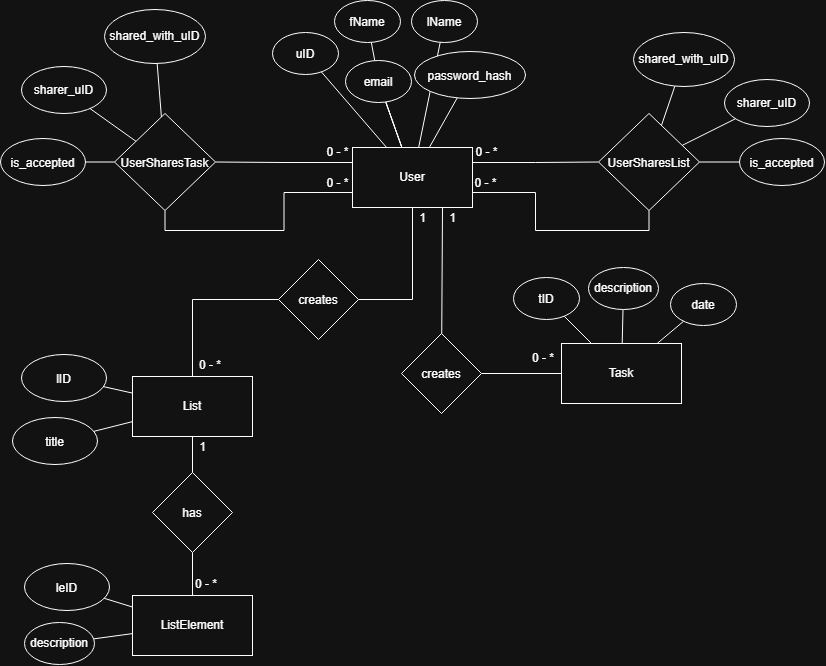
The draw.io diagram Untitled Diagram.drawio.png in alexanderSaila/Web-Development-Project, before a commit. Source tidied: cells renumbered, new cells last; positions are measured from the earlier drawing's top-left corner, leaving out a move shared by most shapes. Its diagram source:
```xml
<mxGraphModel>
  <root>
    <mxCell id="0" />
    <mxCell id="1" parent="0" />
    <mxCell id="2" value="Task" style="rounded=0;whiteSpace=wrap;html=1;" parent="1" vertex="1">
      <mxGeometry x="561" y="343" width="120" height="60" as="geometry" />
    </mxCell>
    <mxCell id="3" style="edgeStyle=orthogonalEdgeStyle;rounded=0;jettySize=auto;html=1;exitX=0.5;exitY=1;exitDx=0;exitDy=0;entryX=1;entryY=0.5;entryDx=0;entryDy=0;endArrow=none;endFill=0;" parent="1" edge="1" source="6" target="35">
      <mxGeometry relative="1" as="geometry" />
    </mxCell>
    <mxCell id="4" style="edgeStyle=orthogonalEdgeStyle;rounded=0;jettySize=auto;html=1;exitX=0;exitY=0.25;exitDx=0;exitDy=0;entryX=1;entryY=0.5;entryDx=0;entryDy=0;endArrow=none;endFill=0;" parent="1" edge="1" source="6" target="23">
      <mxGeometry x="0.1" relative="1" as="geometry" />
    </mxCell>
    <mxCell id="5" style="edgeStyle=orthogonalEdgeStyle;rounded=0;jettySize=auto;html=1;exitX=1;exitY=0.25;exitDx=0;exitDy=0;entryX=0;entryY=0.5;entryDx=0;entryDy=0;endArrow=none;endFill=0;" parent="1" edge="1" source="6" target="52">
      <mxGeometry relative="1" as="geometry" />
    </mxCell>
    <mxCell id="6" value="User" style="rounded=0;whiteSpace=wrap;html=1;" parent="1" vertex="1">
      <mxGeometry x="352" y="147" width="120" height="60" as="geometry" />
    </mxCell>
    <mxCell id="7" value="creates&lt;div&gt;&lt;br/&gt;&lt;/div&gt;" style="rhombus;whiteSpace=wrap;html=1;shapeInside=1;" parent="1" vertex="1">
      <mxGeometry x="401" y="333" width="80" height="80" as="geometry" />
    </mxCell>
    <mxCell id="8" style="endArrow=none;html=1;rounded=0;entryX=0.75;entryY=1;entryDx=0;entryDy=0;" parent="1" edge="1" source="7" target="6">
      <mxGeometry relative="1" as="geometry" />
    </mxCell>
    <mxCell id="9" style="endArrow=none;html=1;rounded=0;" parent="1" edge="1" source="7" target="2">
      <mxGeometry relative="1" as="geometry" />
    </mxCell>
    <mxCell id="10" value="1" style="text;html=1;whiteSpace=wrap;strokeColor=none;fillColor=none;align=center;verticalAlign=middle;rounded=0;" parent="1" vertex="1">
      <mxGeometry x="413" y="207" width="19" height="22" as="geometry" />
    </mxCell>
    <mxCell id="11" value="0 - *" style="text;html=1;whiteSpace=wrap;strokeColor=none;fillColor=none;align=center;verticalAlign=middle;rounded=0;" parent="1" vertex="1">
      <mxGeometry x="525" y="343" width="36" height="30" as="geometry" />
    </mxCell>
    <mxCell id="12" value="uID" style="ellipse;whiteSpace=wrap;html=1;shapeInside=1;" parent="1" vertex="1">
      <mxGeometry x="272" y="32" width="66" height="42" as="geometry" />
    </mxCell>
    <mxCell id="13" value="tID&lt;div&gt;&lt;br/&gt;&lt;/div&gt;" style="ellipse;whiteSpace=wrap;html=1;shapeInside=1;" parent="1" vertex="1">
      <mxGeometry x="513" y="277" width="66" height="42" as="geometry" />
    </mxCell>
    <mxCell id="14" value="fName" style="ellipse;whiteSpace=wrap;html=1;shapeInside=1;" parent="1" vertex="1">
      <mxGeometry x="334" width="66" height="42" as="geometry" />
    </mxCell>
    <mxCell id="15" value="lName" style="ellipse;whiteSpace=wrap;html=1;shapeInside=1;" parent="1" vertex="1">
      <mxGeometry x="411" width="66" height="42" as="geometry" />
    </mxCell>
    <mxCell id="16" value="description&lt;div&gt;&lt;br&gt;&lt;/div&gt;" style="ellipse;whiteSpace=wrap;html=1;shapeInside=1;" parent="1" vertex="1">
      <mxGeometry x="588" y="267" width="70" height="42" as="geometry" />
    </mxCell>
    <mxCell id="17" style="endArrow=none;html=1;rounded=0;" parent="1" edge="1" source="6" target="12">
      <mxGeometry relative="1" as="geometry" />
    </mxCell>
    <mxCell id="18" style="endArrow=none;html=1;rounded=0;" parent="1" edge="1" source="58" target="14">
      <mxGeometry relative="1" as="geometry" />
    </mxCell>
    <mxCell id="19" style="endArrow=none;html=1;rounded=0;" parent="1" edge="1" source="6" target="15">
      <mxGeometry relative="1" as="geometry" />
    </mxCell>
    <mxCell id="20" style="endArrow=none;html=1;rounded=0;" parent="1" edge="1" source="13" target="2">
      <mxGeometry relative="1" as="geometry" />
    </mxCell>
    <mxCell id="21" style="endArrow=none;html=1;rounded=0;fontStyle=1;" parent="1" edge="1" source="2" target="16">
      <mxGeometry relative="1" as="geometry" />
    </mxCell>
    <mxCell id="22" style="edgeStyle=orthogonalEdgeStyle;rounded=0;jettySize=auto;html=1;exitX=0.5;exitY=1;exitDx=0;exitDy=0;entryX=0;entryY=0.75;entryDx=0;entryDy=0;endArrow=none;endFill=0;" parent="1" edge="1" source="23" target="6">
      <mxGeometry x="0.07" relative="1" as="geometry" />
    </mxCell>
    <mxCell id="23" value="UserSharesTask" style="rhombus;whiteSpace=wrap;html=1;shapeInside=1;" parent="1" vertex="1">
      <mxGeometry x="114" y="113" width="101" height="97" as="geometry" />
    </mxCell>
    <mxCell id="24" value="0 - *" style="text;html=1;whiteSpace=wrap;strokeColor=none;fillColor=none;align=center;verticalAlign=middle;rounded=0;" parent="1" vertex="1">
      <mxGeometry x="323" y="172" width="29" height="22" as="geometry" />
    </mxCell>
    <mxCell id="25" value="0 - *" style="text;html=1;whiteSpace=wrap;strokeColor=none;fillColor=none;align=center;verticalAlign=middle;rounded=0;" parent="1" vertex="1">
      <mxGeometry x="323" y="141" width="29" height="22" as="geometry" />
    </mxCell>
    <mxCell id="26" value="&lt;div&gt;date&lt;/div&gt;&lt;div&gt;&lt;br&gt;&lt;/div&gt;" style="ellipse;whiteSpace=wrap;html=1;shapeInside=1;" parent="1" vertex="1">
      <mxGeometry x="670" y="283" width="66" height="42" as="geometry" />
    </mxCell>
    <mxCell id="27" style="endArrow=none;html=1;rounded=0;fontStyle=1;" parent="1" edge="1" source="2" target="26">
      <mxGeometry relative="1" as="geometry" />
    </mxCell>
    <mxCell id="28" value="password_hash" style="ellipse;whiteSpace=wrap;html=1;shapeInside=1;" parent="1" vertex="1">
      <mxGeometry x="414" y="51" width="111" height="47" as="geometry" />
    </mxCell>
    <mxCell id="29" style="endArrow=none;html=1;rounded=0;" parent="1" edge="1" source="6" target="58">
      <mxGeometry relative="1" as="geometry" />
    </mxCell>
    <mxCell id="30" style="endArrow=none;html=1;rounded=0;" parent="1" edge="1" source="6" target="28">
      <mxGeometry relative="1" as="geometry" />
    </mxCell>
    <mxCell id="31" value="is_accepted" style="ellipse;whiteSpace=wrap;html=1;shapeInside=1;" parent="1" vertex="1">
      <mxGeometry y="138" width="85" height="47" as="geometry" />
    </mxCell>
    <mxCell id="32" style="endArrow=none;html=1;rounded=0;" parent="1" edge="1" source="23" target="31">
      <mxGeometry relative="1" as="geometry" />
    </mxCell>
    <mxCell id="33" value="List" style="rounded=0;whiteSpace=wrap;html=1;" parent="1" vertex="1">
      <mxGeometry x="132" y="376" width="120" height="60" as="geometry" />
    </mxCell>
    <mxCell id="34" style="edgeStyle=orthogonalEdgeStyle;rounded=0;jettySize=auto;html=1;exitX=0;exitY=0.5;exitDx=0;exitDy=0;entryX=0.5;entryY=0;entryDx=0;entryDy=0;endArrow=none;endFill=0;" parent="1" edge="1" source="35" target="33">
      <mxGeometry x="0.01" relative="1" as="geometry" />
    </mxCell>
    <mxCell id="35" value="creates&lt;div&gt;&lt;br/&gt;&lt;/div&gt;" style="rhombus;whiteSpace=wrap;html=1;shapeInside=1;" parent="1" vertex="1">
      <mxGeometry x="278" y="259" width="80" height="80" as="geometry" />
    </mxCell>
    <mxCell id="36" value="1" style="text;html=1;whiteSpace=wrap;strokeColor=none;fillColor=none;align=center;verticalAlign=middle;rounded=0;" parent="1" vertex="1">
      <mxGeometry x="443" y="207" width="19" height="22" as="geometry" />
    </mxCell>
    <mxCell id="37" value="0 - *" style="text;html=1;whiteSpace=wrap;strokeColor=none;fillColor=none;align=center;verticalAlign=middle;rounded=0;" parent="1" vertex="1">
      <mxGeometry x="197" y="354" width="26" height="22" as="geometry" />
    </mxCell>
    <mxCell id="38" value="ListElement" style="rounded=0;whiteSpace=wrap;html=1;" parent="1" vertex="1">
      <mxGeometry x="132" y="595" width="120" height="60" as="geometry" />
    </mxCell>
    <mxCell id="39" value="&lt;div&gt;has&lt;/div&gt;" style="rhombus;whiteSpace=wrap;html=1;shapeInside=1;" parent="1" vertex="1">
      <mxGeometry x="152" y="472" width="80" height="80" as="geometry" />
    </mxCell>
    <mxCell id="40" style="endArrow=none;html=1;rounded=0;" parent="1" edge="1" source="33" target="39">
      <mxGeometry relative="1" as="geometry" />
    </mxCell>
    <mxCell id="41" style="endArrow=none;html=1;rounded=0;" parent="1" edge="1" source="38" target="39">
      <mxGeometry relative="1" as="geometry" />
    </mxCell>
    <mxCell id="42" value="0 - *" style="text;html=1;whiteSpace=wrap;strokeColor=none;fillColor=none;align=center;verticalAlign=middle;rounded=0;" parent="1" vertex="1">
      <mxGeometry x="193" y="573" width="26" height="22" as="geometry" />
    </mxCell>
    <mxCell id="43" value="1" style="text;html=1;whiteSpace=wrap;strokeColor=none;fillColor=none;align=center;verticalAlign=middle;rounded=0;" parent="1" vertex="1">
      <mxGeometry x="193" y="436" width="19" height="22" as="geometry" />
    </mxCell>
    <mxCell id="44" value="lID" style="ellipse;whiteSpace=wrap;html=1;shapeInside=1;" parent="1" vertex="1">
      <mxGeometry x="21" y="354" width="85" height="47" as="geometry" />
    </mxCell>
    <mxCell id="45" style="endArrow=none;html=1;rounded=0;fontStyle=1;" parent="1" edge="1" source="33" target="44">
      <mxGeometry relative="1" as="geometry" />
    </mxCell>
    <mxCell id="46" value="title" style="ellipse;whiteSpace=wrap;html=1;shapeInside=1;" parent="1" vertex="1">
      <mxGeometry x="12" y="417" width="85" height="47" as="geometry" />
    </mxCell>
    <mxCell id="47" style="endArrow=none;html=1;rounded=0;fontStyle=1;" parent="1" edge="1" source="33" target="46">
      <mxGeometry relative="1" as="geometry" />
    </mxCell>
    <mxCell id="48" value="description&lt;div&gt;&lt;br&gt;&lt;/div&gt;" style="ellipse;whiteSpace=wrap;html=1;shapeInside=1;" parent="1" vertex="1">
      <mxGeometry x="24" y="622" width="70" height="42" as="geometry" />
    </mxCell>
    <mxCell id="49" style="endArrow=none;html=1;rounded=0;fontStyle=1;" parent="1" edge="1" source="38" target="48">
      <mxGeometry relative="1" as="geometry" />
    </mxCell>
    <mxCell id="50" style="endArrow=none;html=1;rounded=0;" parent="1" edge="1" source="6" target="58">
      <mxGeometry relative="1" as="geometry" />
    </mxCell>
    <mxCell id="51" style="edgeStyle=orthogonalEdgeStyle;rounded=0;jettySize=auto;html=1;exitX=0.5;exitY=1;exitDx=0;exitDy=0;entryX=1;entryY=0.75;entryDx=0;entryDy=0;endArrow=none;endFill=0;" parent="1" edge="1" source="52" target="6">
      <mxGeometry relative="1" as="geometry" />
    </mxCell>
    <mxCell id="52" value="UserSharesList" style="rhombus;whiteSpace=wrap;html=1;shapeInside=1;" parent="1" vertex="1">
      <mxGeometry x="598" y="113" width="101" height="97" as="geometry" />
    </mxCell>
    <mxCell id="53" value="is_accepted" style="ellipse;whiteSpace=wrap;html=1;shapeInside=1;" parent="1" vertex="1">
      <mxGeometry x="739" y="138" width="85" height="47" as="geometry" />
    </mxCell>
    <mxCell id="54" style="endArrow=none;html=1;rounded=0;" parent="1" edge="1" source="52" target="53">
      <mxGeometry relative="1" as="geometry" />
    </mxCell>
    <mxCell id="55" value="0 - *" style="text;html=1;whiteSpace=wrap;strokeColor=none;fillColor=none;align=center;verticalAlign=middle;rounded=0;" parent="1" vertex="1">
      <mxGeometry x="471" y="172" width="29" height="22" as="geometry" />
    </mxCell>
    <mxCell id="56" value="0 - *" style="text;html=1;whiteSpace=wrap;strokeColor=none;fillColor=none;align=center;verticalAlign=middle;rounded=0;" parent="1" vertex="1">
      <mxGeometry x="472" y="141" width="29" height="22" as="geometry" />
    </mxCell>
    <mxCell id="57" style="endArrow=none;html=1;rounded=0;" parent="1" edge="1" source="6" target="58">
      <mxGeometry relative="1" as="geometry" />
    </mxCell>
    <mxCell id="58" value="email" style="ellipse;whiteSpace=wrap;html=1;shapeInside=1;" parent="1" vertex="1">
      <mxGeometry x="345" y="60" width="66" height="42" as="geometry" />
    </mxCell>
    <mxCell id="59" value="sharer_uID" style="ellipse;whiteSpace=wrap;html=1;shapeInside=1;" parent="1" vertex="1">
      <mxGeometry x="21" y="66" width="85" height="47" as="geometry" />
    </mxCell>
    <mxCell id="60" value="shared_with_uID" style="ellipse;whiteSpace=wrap;html=1;shapeInside=1;" parent="1" vertex="1">
      <mxGeometry x="104" y="9" width="101" height="54" as="geometry" />
    </mxCell>
    <mxCell id="61" style="endArrow=none;html=1;rounded=0;" parent="1" edge="1" source="23" target="59">
      <mxGeometry relative="1" as="geometry" />
    </mxCell>
    <mxCell id="62" style="endArrow=none;html=1;rounded=0;" parent="1" edge="1" source="23" target="60">
      <mxGeometry relative="1" as="geometry" />
    </mxCell>
    <mxCell id="63" value="sharer_uID" style="ellipse;whiteSpace=wrap;html=1;shapeInside=1;" parent="1" vertex="1">
      <mxGeometry x="724" y="79" width="85" height="47" as="geometry" />
    </mxCell>
    <mxCell id="64" value="shared_with_uID" style="ellipse;whiteSpace=wrap;html=1;shapeInside=1;" parent="1" vertex="1">
      <mxGeometry x="633" y="32" width="101" height="54" as="geometry" />
    </mxCell>
    <mxCell id="65" style="endArrow=none;html=1;rounded=0;" parent="1" edge="1" source="52" target="63">
      <mxGeometry relative="1" as="geometry" />
    </mxCell>
    <mxCell id="66" style="endArrow=none;html=1;rounded=0;" parent="1" edge="1" source="52" target="64">
      <mxGeometry relative="1" as="geometry" />
    </mxCell>
    <mxCell id="67" value="leID" style="ellipse;whiteSpace=wrap;html=1;shapeInside=1;" parent="1" vertex="1">
      <mxGeometry x="24" y="563" width="85" height="47" as="geometry" />
    </mxCell>
    <mxCell id="68" style="endArrow=none;html=1;rounded=0;fontStyle=1;" parent="1" edge="1" source="38" target="67">
      <mxGeometry relative="1" as="geometry" />
    </mxCell>
  </root>
</mxGraphModel>
```
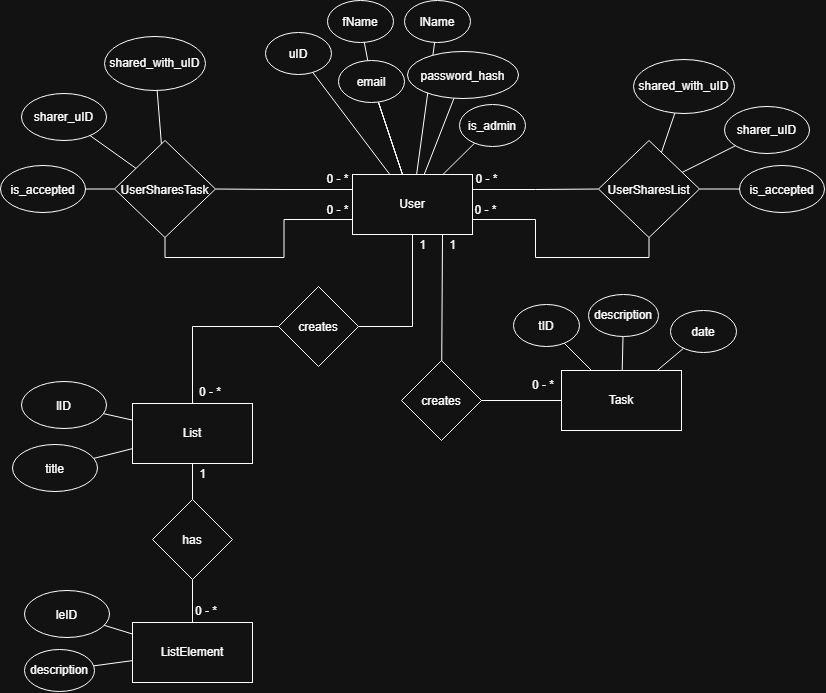
After the change.

Diff of the diagram source:
```diff
@@ -33,16 +33,16 @@
       <mxGeometry x="525" y="343" width="36" height="30" as="geometry" />
     </mxCell>
     <mxCell id="12" value="uID" style="ellipse;whiteSpace=wrap;html=1;shapeInside=1;" parent="1" vertex="1">
-      <mxGeometry x="272" y="32" width="66" height="42" as="geometry" />
+      <mxGeometry x="265" y="5" width="66" height="42" as="geometry" />
     </mxCell>
     <mxCell id="13" value="tID&lt;div&gt;&lt;br/&gt;&lt;/div&gt;" style="ellipse;whiteSpace=wrap;html=1;shapeInside=1;" parent="1" vertex="1">
       <mxGeometry x="513" y="277" width="66" height="42" as="geometry" />
     </mxCell>
     <mxCell id="14" value="fName" style="ellipse;whiteSpace=wrap;html=1;shapeInside=1;" parent="1" vertex="1">
-      <mxGeometry x="334" width="66" height="42" as="geometry" />
+      <mxGeometry x="327" y="-27" width="66" height="42" as="geometry" />
     </mxCell>
     <mxCell id="15" value="lName" style="ellipse;whiteSpace=wrap;html=1;shapeInside=1;" parent="1" vertex="1">
-      <mxGeometry x="411" width="66" height="42" as="geometry" />
+      <mxGeometry x="404" y="-27" width="66" height="42" as="geometry" />
     </mxCell>
     <mxCell id="16" value="description&lt;div&gt;&lt;br&gt;&lt;/div&gt;" style="ellipse;whiteSpace=wrap;html=1;shapeInside=1;" parent="1" vertex="1">
       <mxGeometry x="588" y="267" width="70" height="42" as="geometry" />
@@ -81,7 +81,7 @@
       <mxGeometry relative="1" as="geometry" />
     </mxCell>
     <mxCell id="28" value="password_hash" style="ellipse;whiteSpace=wrap;html=1;shapeInside=1;" parent="1" vertex="1">
-      <mxGeometry x="414" y="51" width="111" height="47" as="geometry" />
+      <mxGeometry x="407" y="24" width="111" height="47" as="geometry" />
     </mxCell>
     <mxCell id="29" style="endArrow=none;html=1;rounded=0;" parent="1" edge="1" source="6" target="58">
       <mxGeometry relative="1" as="geometry" />
@@ -171,7 +171,7 @@
       <mxGeometry relative="1" as="geometry" />
     </mxCell>
     <mxCell id="58" value="email" style="ellipse;whiteSpace=wrap;html=1;shapeInside=1;" parent="1" vertex="1">
-      <mxGeometry x="345" y="60" width="66" height="42" as="geometry" />
+      <mxGeometry x="338" y="33" width="66" height="42" as="geometry" />
     </mxCell>
     <mxCell id="59" value="sharer_uID" style="ellipse;whiteSpace=wrap;html=1;shapeInside=1;" parent="1" vertex="1">
       <mxGeometry x="21" y="66" width="85" height="47" as="geometry" />
@@ -203,5 +203,11 @@
     <mxCell id="68" style="endArrow=none;html=1;rounded=0;fontStyle=1;" parent="1" edge="1" source="38" target="67">
       <mxGeometry relative="1" as="geometry" />
     </mxCell>
+    <mxCell id="69" value="is_admin" style="ellipse;whiteSpace=wrap;html=1;shapeInside=1;" parent="1" vertex="1">
+      <mxGeometry x="459" y="77" width="66" height="42" as="geometry" />
+    </mxCell>
+    <mxCell id="70" style="endArrow=none;html=1;rounded=0;" parent="1" edge="1" source="6" target="69">
+      <mxGeometry relative="1" as="geometry" />
+    </mxCell>
   </root>
 </mxGraphModel>
```
